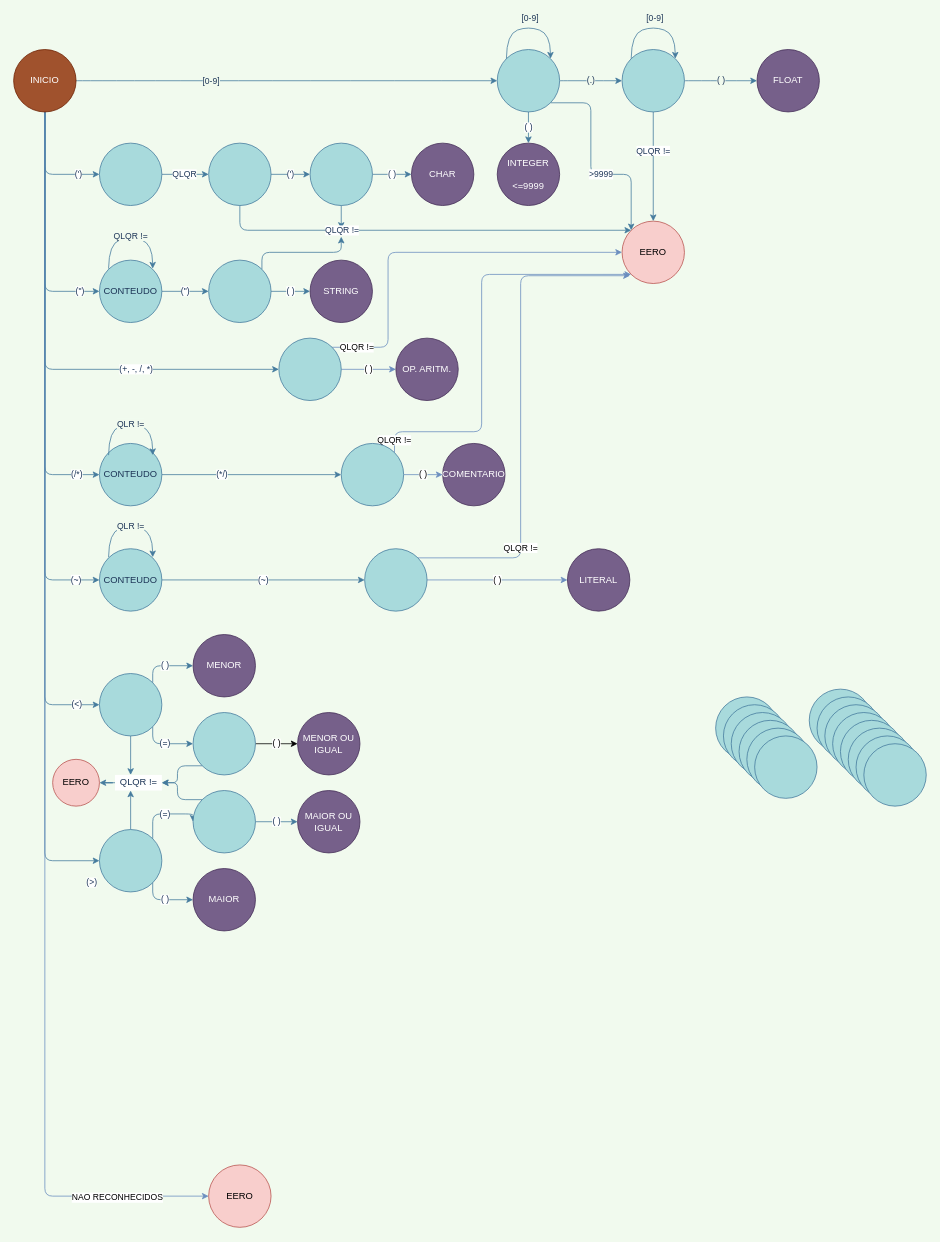
The draw.io diagram Untitled Diagram.drawio in V-Mihael/Hello-World, before the edit. Source tidied: cells renumbered, new cells numbered last; positions are measured from the earlier drawing's top-left corner, leaving out a move shared by most shapes. Both pictures are drawn from the tidied source at 78%, with x=0, y=0 at pixel (13, 26).
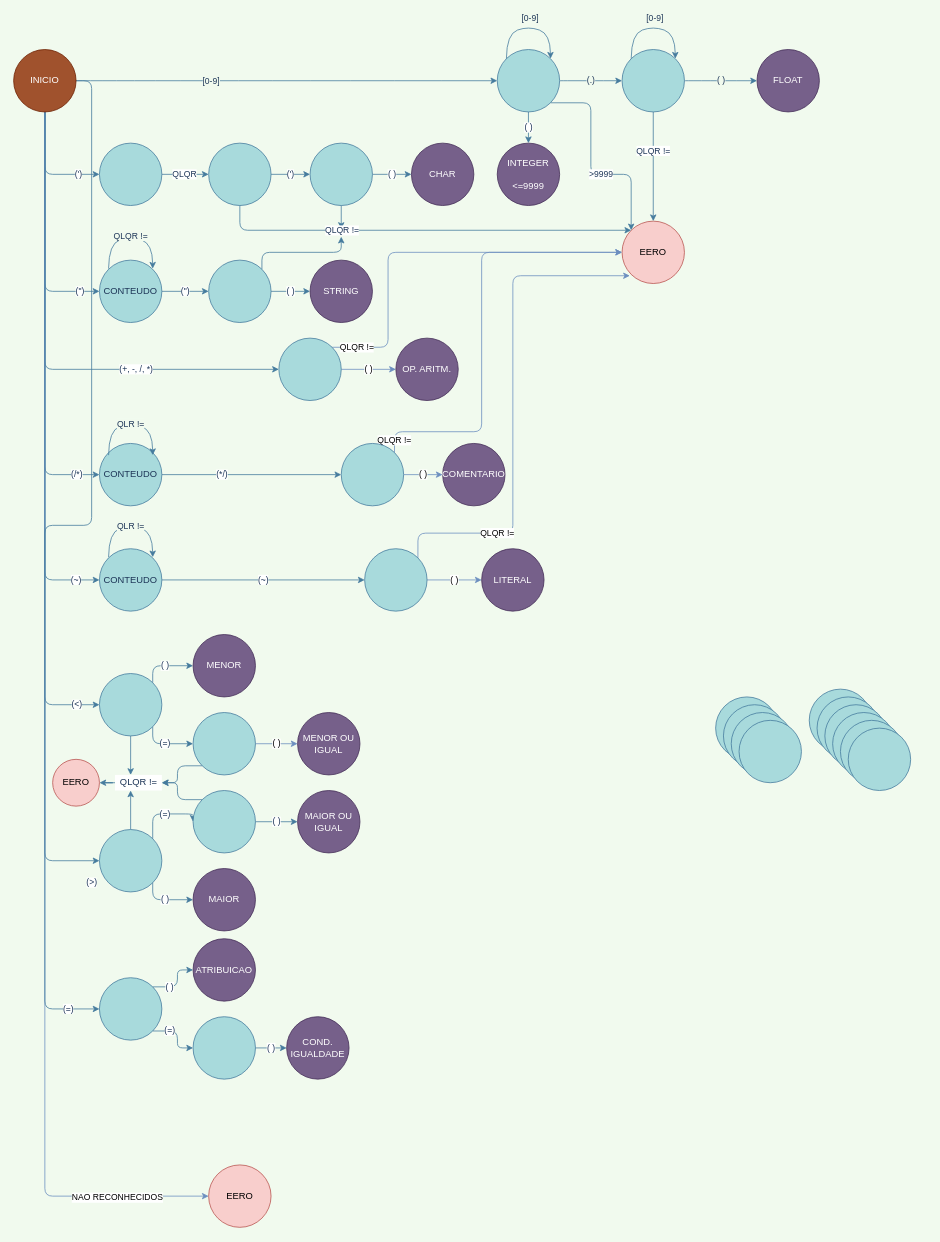
Above is the later version.

Unchanged cells that the change refers to:
```xml
<mxCell id="13" value="&lt;div&gt;INICIO&lt;/div&gt;" style="ellipse;whiteSpace=wrap;html=1;fillColor=#a0522d;strokeColor=#6D1F00;direction=south;fontColor=#ffffff;rounded=1;" parent="1" vertex="1">
  <mxGeometry y="30" width="80" height="80" as="geometry" />
</mxCell>
<mxCell id="30" value="EERO" style="ellipse;whiteSpace=wrap;html=1;fillColor=#f8cecc;strokeColor=#b85450;rounded=1;" parent="1" vertex="1">
  <mxGeometry x="780" y="250" width="80" height="80" as="geometry" />
</mxCell>
<mxCell id="65" style="ellipse;whiteSpace=wrap;html=1;rounded=1;strokeColor=#457B9D;fillColor=#A8DADC;fontColor=#1D3557;" parent="1" vertex="1">
  <mxGeometry x="450" y="670" width="80" height="80" as="geometry" />
</mxCell>
<mxCell id="68" style="ellipse;whiteSpace=wrap;html=1;rounded=1;strokeColor=#457B9D;fillColor=#A8DADC;fontColor=#1D3557;" parent="1" vertex="1">
  <mxGeometry x="420" y="535" width="80" height="80" as="geometry" />
</mxCell>
<mxCell id="74" style="ellipse;whiteSpace=wrap;html=1;rounded=1;strokeColor=#457B9D;fillColor=#A8DADC;fontColor=#1D3557;" parent="1" vertex="1">
  <mxGeometry x="230" y="880" width="80" height="80" as="geometry" />
</mxCell>
<mxCell id="92" value="MENOR OU IGUAL" style="ellipse;whiteSpace=wrap;html=1;rounded=1;strokeColor=#432D57;fillColor=#76608a;fontColor=#ffffff;" parent="1" vertex="1">
  <mxGeometry x="364" y="880" width="80" height="80" as="geometry" />
</mxCell>
```

The edit, as a diff of the source:
```diff
@@
+    <mxCell id="100" value="(=)" style="edgeStyle=orthogonalEdgeStyle;curved=0;rounded=1;sketch=0;jettySize=auto;html=1;entryX=0;entryY=0.5;entryDx=0;entryDy=0;strokeColor=#457B9D;fillColor=#A8DADC;fontColor=#1D3557;" parent="1" edge="1" source="13" target="93">
+      <mxGeometry x="0.94" relative="1" as="geometry">
+        <Array as="points">
+          <mxPoint x="100" y="70" />
+          <mxPoint x="100" y="640" />
+          <mxPoint x="40" y="640" />
+          <mxPoint x="40" y="1260" />
+        </Array>
+      </mxGeometry>
+    </mxCell>
@@
     <mxCell id="41" value="LITERAL" style="ellipse;whiteSpace=wrap;html=1;rounded=1;strokeColor=#432D57;fillColor=#76608a;fontColor=#ffffff;" parent="1" vertex="1">
-      <mxGeometry x="710" y="670" width="80" height="80" as="geometry" />
+      <mxGeometry x="600" y="670" width="80" height="80" as="geometry" />
     </mxCell>
@@
     <mxCell id="64" value="&lt;div&gt;QLQR !=&lt;/div&gt;" style="edgeStyle=orthogonalEdgeStyle;rounded=1;jettySize=auto;html=1;exitX=1;exitY=0;exitDx=0;exitDy=0;fillColor=#dae8fc;strokeColor=#6c8ebf;" parent="1" edge="1" source="65">
-      <mxGeometry x="-0.58" y="12" relative="1" as="geometry">
+      <mxGeometry x="-0.58" relative="1" as="geometry">
         <mxPoint x="790" y="320" as="targetPoint" />
         <Array as="points">
-          <mxPoint x="650" y="682" />
-          <mxPoint x="650" y="320" />
+          <mxPoint x="518" y="650" />
+          <mxPoint x="640" y="650" />
+          <mxPoint x="640" y="320" />
         </Array>
-        <mxPoint x="12" y="-11" as="offset" />
       </mxGeometry>
     </mxCell>
@@
-    <mxCell id="67" value="&lt;div&gt;QLQR !=&lt;/div&gt;" style="edgeStyle=orthogonalEdgeStyle;rounded=1;jettySize=auto;html=1;exitX=1;exitY=0;exitDx=0;exitDy=0;entryX=0;entryY=1;entryDx=0;entryDy=0;fillColor=#dae8fc;strokeColor=#6c8ebf;" parent="1" edge="1" source="68" target="30">
+    <mxCell id="67" value="&lt;div&gt;QLQR !=&lt;/div&gt;" style="edgeStyle=orthogonalEdgeStyle;rounded=1;jettySize=auto;html=1;exitX=1;exitY=0;exitDx=0;exitDy=0;entryX=0;entryY=0.5;entryDx=0;entryDy=0;fillColor=#dae8fc;strokeColor=#6c8ebf;" parent="1" edge="1" source="68" target="30">
       <mxGeometry x="-0.94" relative="1" as="geometry">
         <Array as="points">
           <mxPoint x="488" y="520" />
           <mxPoint x="600" y="520" />
-          <mxPoint x="600" y="318" />
+          <mxPoint x="600" y="290" />
         </Array>
       </mxGeometry>
     </mxCell>
@@
-    <mxCell id="72" value="( )" style="edgeStyle=orthogonalEdgeStyle;rounded=1;jettySize=auto;html=1;" parent="1" edge="1" source="74" target="92">
+    <mxCell id="72" value="( )" style="edgeStyle=orthogonalEdgeStyle;rounded=1;jettySize=auto;html=1;fillColor=#dae8fc;strokeColor=#6c8ebf;" parent="1" edge="1" source="74" target="92">
       <mxGeometry relative="1" as="geometry" />
     </mxCell>
@@
+    <mxCell id="101" value="( )" style="edgeStyle=orthogonalEdgeStyle;curved=0;rounded=1;sketch=0;jettySize=auto;html=1;entryX=0;entryY=0.5;entryDx=0;entryDy=0;strokeColor=#457B9D;fillColor=#A8DADC;fontColor=#1D3557;" parent="1" edge="1" source="88" target="91">
+      <mxGeometry relative="1" as="geometry" />
+    </mxCell>
     <mxCell id="88" style="ellipse;whiteSpace=wrap;html=1;rounded=1;strokeColor=#457B9D;fillColor=#A8DADC;fontColor=#1D3557;" parent="1" vertex="1">
-      <mxGeometry x="940" y="900" width="80" height="80" as="geometry" />
+      <mxGeometry x="230" y="1270" width="80" height="80" as="geometry" />
     </mxCell>
@@
-    <mxCell id="90" style="ellipse;whiteSpace=wrap;html=1;rounded=1;strokeColor=#457B9D;fillColor=#A8DADC;fontColor=#1D3557;" parent="1" vertex="1">
-      <mxGeometry x="950" y="910" width="80" height="80" as="geometry" />
+    <mxCell id="90" value="ATRIBUICAO" style="ellipse;whiteSpace=wrap;html=1;rounded=1;strokeColor=#432D57;fillColor=#76608a;fontColor=#ffffff;" parent="1" vertex="1">
+      <mxGeometry x="230" y="1170" width="80" height="80" as="geometry" />
     </mxCell>
-    <mxCell id="91" style="ellipse;whiteSpace=wrap;html=1;rounded=1;strokeColor=#457B9D;fillColor=#A8DADC;fontColor=#1D3557;" parent="1" vertex="1">
-      <mxGeometry x="1080" y="910" width="80" height="80" as="geometry" />
+    <mxCell id="91" value="&lt;div&gt;COND.&lt;/div&gt;&lt;div&gt;IGUALDADE&lt;/div&gt;" style="ellipse;whiteSpace=wrap;html=1;rounded=1;strokeColor=#432D57;fillColor=#76608a;fontColor=#ffffff;" parent="1" vertex="1">
+      <mxGeometry x="350" y="1270" width="80" height="80" as="geometry" />
     </mxCell>
@@
+    <mxCell id="102" value="( )" style="edgeStyle=orthogonalEdgeStyle;curved=0;rounded=1;sketch=0;jettySize=auto;html=1;exitX=1;exitY=0;exitDx=0;exitDy=0;entryX=0;entryY=0.5;entryDx=0;entryDy=0;strokeColor=#457B9D;fillColor=#A8DADC;fontColor=#1D3557;" parent="1" edge="1" source="93" target="90">
+      <mxGeometry x="-0.41" relative="1" as="geometry" />
+    </mxCell>
+    <mxCell id="103" value="(=)" style="edgeStyle=orthogonalEdgeStyle;curved=0;rounded=1;sketch=0;jettySize=auto;html=1;exitX=1;exitY=1;exitDx=0;exitDy=0;entryX=0;entryY=0.5;entryDx=0;entryDy=0;strokeColor=#457B9D;fillColor=#A8DADC;fontColor=#1D3557;" parent="1" edge="1" source="93" target="88">
+      <mxGeometry x="-0.41" relative="1" as="geometry" />
+    </mxCell>
     <mxCell id="93" style="ellipse;whiteSpace=wrap;html=1;rounded=1;strokeColor=#457B9D;fillColor=#A8DADC;fontColor=#1D3557;" parent="1" vertex="1">
-      <mxGeometry x="1090" y="920" width="80" height="80" as="geometry" />
+      <mxGeometry x="110" y="1220" width="80" height="80" as="geometry" />
     </mxCell>
```
